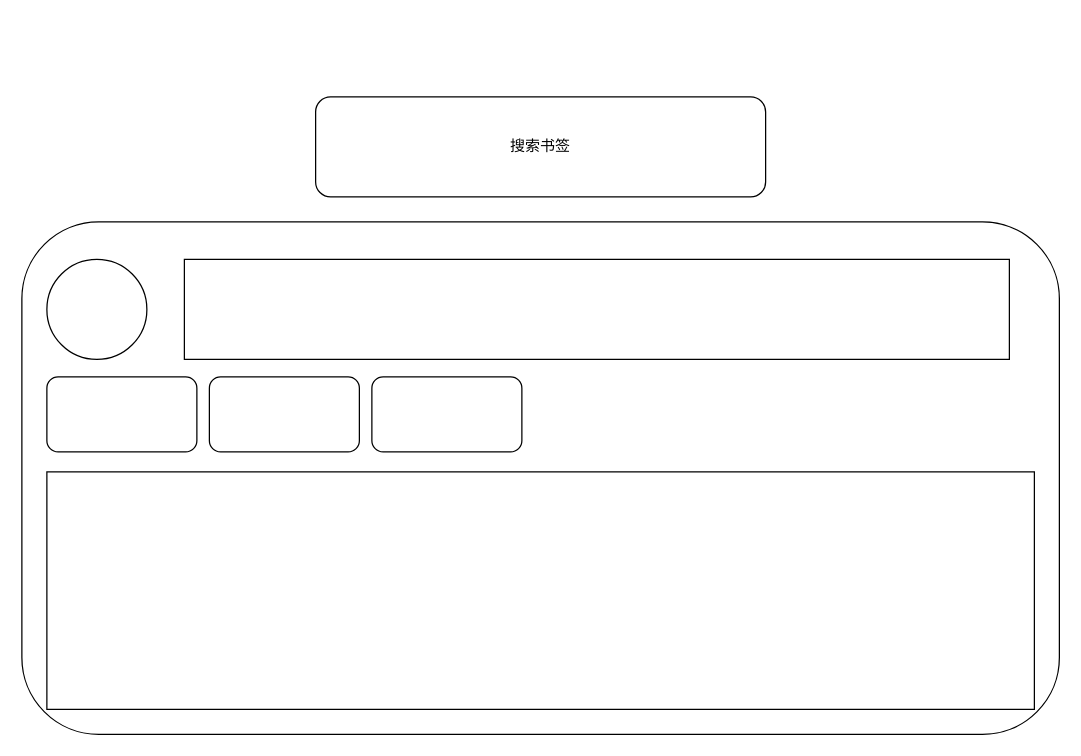
This is .drawio from langnang/simple-bookmark, a draw.io file, before an edit. Source tidied: cells renumbered, new cells numbered last; positions are measured from the earlier drawing's top-left corner, leaving out a move shared by most shapes. Both pictures are drawn from the tidied source at 125%, with x=0, y=0 at pixel (21, 96).
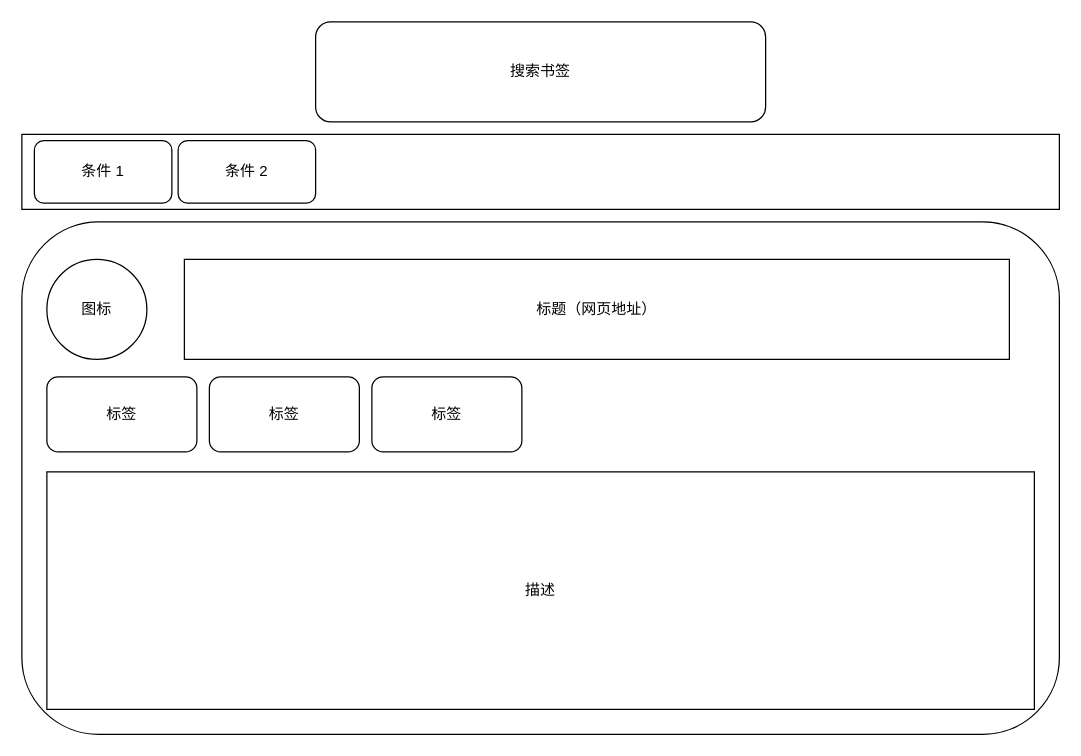
The same diagram, later.

Diff of the diagram source:
```diff
@@
 <mxGraphModel>
   <root>
     <mxCell id="0" />
     <mxCell id="1" parent="0" />
     <mxCell id="2" value="搜索书签" style="rounded=1;whiteSpace=wrap;html=1;perimeter=rectanglePerimeter;sketch=0;" parent="1" vertex="1">
-      <mxGeometry x="235" width="360" height="80" as="geometry" />
+      <mxGeometry x="235" y="-60" width="360" height="80" as="geometry" />
     </mxCell>
     <mxCell id="3" style="rounded=1;whiteSpace=wrap;html=1;sketch=0;" parent="1" vertex="1">
       <mxGeometry y="100" width="830" height="410" as="geometry" />
     </mxCell>
-    <mxCell id="4" style="ellipse;whiteSpace=wrap;html=1;rounded=1;sketch=0;" parent="1" vertex="1">
+    <mxCell id="4" value="图标" style="ellipse;whiteSpace=wrap;html=1;rounded=1;sketch=0;" parent="1" vertex="1">
       <mxGeometry x="20" y="130" width="80" height="80" as="geometry" />
     </mxCell>
-    <mxCell id="5" style="rounded=0;whiteSpace=wrap;html=1;sketch=0;" parent="1" vertex="1">
+    <mxCell id="5" value="标题（网页地址）" style="rounded=0;whiteSpace=wrap;html=1;sketch=0;" parent="1" vertex="1">
       <mxGeometry x="130" y="130" width="660" height="80" as="geometry" />
     </mxCell>
-    <mxCell id="6" style="rounded=0;whiteSpace=wrap;html=1;sketch=0;" parent="1" vertex="1">
+    <mxCell id="6" value="描述" style="rounded=0;whiteSpace=wrap;html=1;sketch=0;" parent="1" vertex="1">
       <mxGeometry x="20" y="300" width="790" height="190" as="geometry" />
     </mxCell>
-    <mxCell id="7" style="rounded=1;whiteSpace=wrap;html=1;sketch=0;" parent="1" vertex="1">
+    <mxCell id="7" value="标签" style="rounded=1;whiteSpace=wrap;html=1;sketch=0;" parent="1" vertex="1">
       <mxGeometry x="20" y="224" width="120" height="60" as="geometry" />
     </mxCell>
-    <mxCell id="8" style="rounded=1;whiteSpace=wrap;html=1;sketch=0;" parent="1" vertex="1">
+    <mxCell id="8" value="标签" style="rounded=1;whiteSpace=wrap;html=1;sketch=0;" parent="1" vertex="1">
       <mxGeometry x="150" y="224" width="120" height="60" as="geometry" />
     </mxCell>
-    <mxCell id="9" style="rounded=1;whiteSpace=wrap;html=1;sketch=0;" parent="1" vertex="1">
+    <mxCell id="9" value="标签" style="rounded=1;whiteSpace=wrap;html=1;sketch=0;" parent="1" vertex="1">
       <mxGeometry x="280" y="224" width="120" height="60" as="geometry" />
     </mxCell>
+    <mxCell id="10" style="rounded=0;whiteSpace=wrap;html=1;" parent="1" vertex="1">
+      <mxGeometry y="30" width="830" height="60" as="geometry" />
+    </mxCell>
+    <mxCell id="11" value="条件 1" style="rounded=1;whiteSpace=wrap;html=1;sketch=0;" parent="1" vertex="1">
+      <mxGeometry x="10" y="35" width="110" height="50" as="geometry" />
+    </mxCell>
+    <mxCell id="12" value="条件 2" style="rounded=1;whiteSpace=wrap;html=1;sketch=0;" parent="1" vertex="1">
+      <mxGeometry x="125" y="35" width="110" height="50" as="geometry" />
+    </mxCell>
   </root>
 </mxGraphModel>
```
